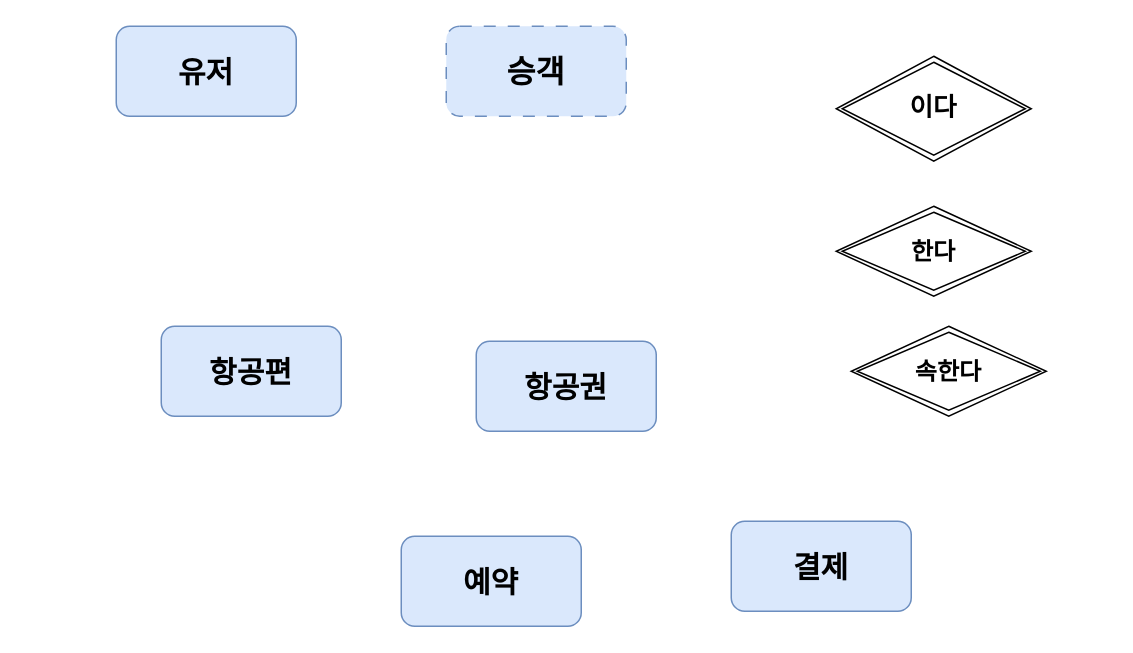
Above: page "Page-2" (2 of 4) of Untitled Diagram.drawio in VampireDeers/super-coding-javas (draw.io), before the change. Source tidied: cells renumbered, new cells numbered last; positions are measured from the earlier drawing's top-left corner, leaving out a move shared by most shapes. Both pictures are drawn from the tidied source at 150%, with x=0, y=0 at pixel (116, 26).
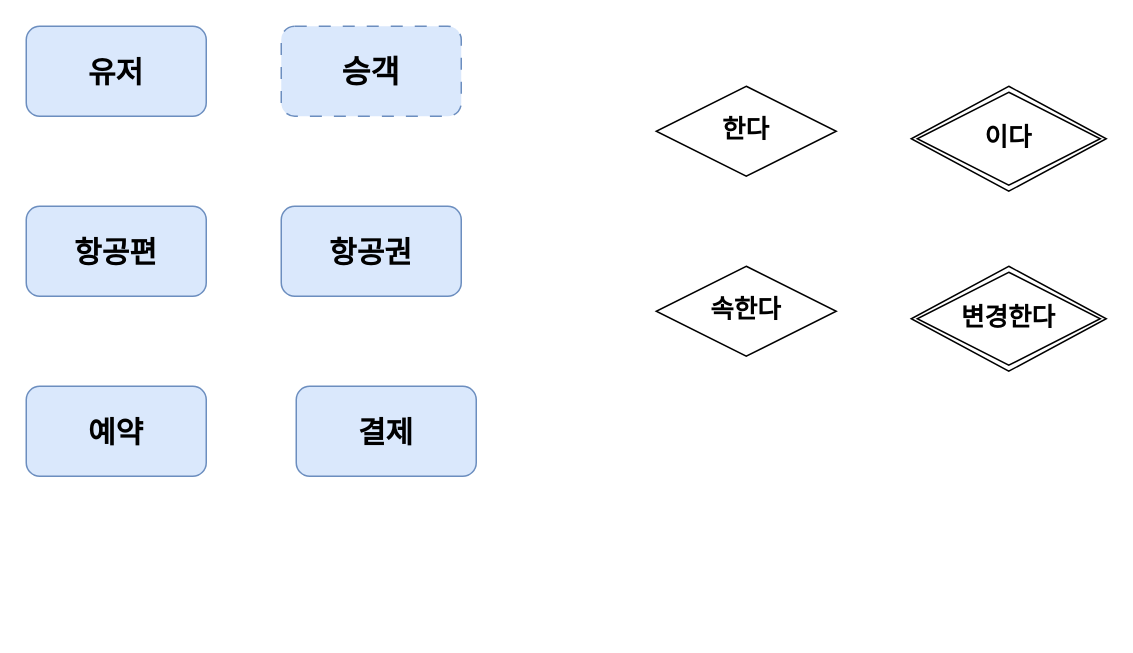
The same diagram, later.

The edit, as a diff of the source:
```diff
@@
 <mxGraphModel>
   <root>
     <mxCell id="0" />
     <mxCell id="1" parent="0" />
     <mxCell id="2" value="&lt;b&gt;&lt;font style=&quot;font-size: 20px;&quot;&gt;유저&lt;/font&gt;&lt;/b&gt;" style="rounded=1;whiteSpace=wrap;html=1;fillColor=#dae8fc;strokeColor=#6c8ebf;" parent="1" vertex="1">
-      <mxGeometry width="120" height="60" as="geometry" />
+      <mxGeometry x="-60" width="120" height="60" as="geometry" />
     </mxCell>
     <mxCell id="3" value="&lt;span style=&quot;font-size: 20px;&quot;&gt;&lt;b&gt;항공권&lt;/b&gt;&lt;/span&gt;" style="rounded=1;whiteSpace=wrap;html=1;fillColor=#dae8fc;strokeColor=#6c8ebf;" parent="1" vertex="1">
-      <mxGeometry x="240" y="210" width="120" height="60" as="geometry" />
+      <mxGeometry x="110" y="120" width="120" height="60" as="geometry" />
     </mxCell>
     <mxCell id="4" value="&lt;span style=&quot;font-size: 20px;&quot;&gt;&lt;b&gt;항공편&lt;/b&gt;&lt;/span&gt;" style="rounded=1;whiteSpace=wrap;html=1;fillColor=#dae8fc;strokeColor=#6c8ebf;" parent="1" vertex="1">
-      <mxGeometry x="30" y="200" width="120" height="60" as="geometry" />
+      <mxGeometry x="-60" y="120" width="120" height="60" as="geometry" />
     </mxCell>
     <mxCell id="5" value="&lt;span style=&quot;font-size: 20px;&quot;&gt;&lt;b&gt;예약&lt;/b&gt;&lt;/span&gt;" style="rounded=1;whiteSpace=wrap;html=1;fillColor=#dae8fc;strokeColor=#6c8ebf;" parent="1" vertex="1">
-      <mxGeometry x="190" y="340" width="120" height="60" as="geometry" />
+      <mxGeometry x="-60" y="240" width="120" height="60" as="geometry" />
     </mxCell>
     <mxCell id="6" value="&lt;span style=&quot;font-size: 20px;&quot;&gt;&lt;b&gt;결제&lt;/b&gt;&lt;/span&gt;" style="rounded=1;whiteSpace=wrap;html=1;fillColor=#dae8fc;strokeColor=#6c8ebf;" parent="1" vertex="1">
-      <mxGeometry x="410" y="330" width="120" height="60" as="geometry" />
+      <mxGeometry x="120" y="240" width="120" height="60" as="geometry" />
     </mxCell>
-    <mxCell id="7" value="&lt;span style=&quot;font-size: 16px;&quot;&gt;&lt;b&gt;한다&lt;/b&gt;&lt;/span&gt;" style="shape=rhombus;double=1;perimeter=rhombusPerimeter;whiteSpace=wrap;html=1;align=center;" parent="1" vertex="1">
-      <mxGeometry x="480" y="120" width="130" height="60" as="geometry" />
-    </mxCell>
     <mxCell id="8" value="&lt;b&gt;&lt;font style=&quot;font-size: 21px;&quot;&gt;승객&lt;/font&gt;&lt;/b&gt;" style="rounded=1;whiteSpace=wrap;html=1;fillColor=#dae8fc;strokeColor=#6c8ebf;dashed=1;dashPattern=8 8;" parent="1" vertex="1">
-      <mxGeometry x="220" width="120" height="60" as="geometry" />
+      <mxGeometry x="110" width="120" height="60" as="geometry" />
     </mxCell>
     <mxCell id="9" value="&lt;b&gt;&lt;font style=&quot;font-size: 17px;&quot;&gt;이다&lt;/font&gt;&lt;/b&gt;" style="shape=rhombus;double=1;perimeter=rhombusPerimeter;whiteSpace=wrap;html=1;align=center;" parent="1" vertex="1">
-      <mxGeometry x="480" y="20" width="130" height="70" as="geometry" />
+      <mxGeometry x="530" y="40" width="130" height="70" as="geometry" />
     </mxCell>
+    <mxCell id="7" value="&lt;b&gt;&lt;font style=&quot;font-size: 17px;&quot;&gt;한다&lt;/font&gt;&lt;/b&gt;" style="shape=rhombus;perimeter=rhombusPerimeter;whiteSpace=wrap;html=1;align=center;" parent="1" vertex="1">
+      <mxGeometry x="360" y="40" width="120" height="60" as="geometry" />
+    </mxCell>
-    <mxCell id="10" value="&lt;span style=&quot;font-size: 16px;&quot;&gt;&lt;b&gt;속한다&lt;/b&gt;&lt;/span&gt;" style="shape=rhombus;double=1;perimeter=rhombusPerimeter;whiteSpace=wrap;html=1;align=center;" parent="1" vertex="1">
-      <mxGeometry x="490" y="200" width="130" height="60" as="geometry" />
+    <mxCell id="10" value="&lt;b&gt;&lt;font style=&quot;font-size: 17px;&quot;&gt;속한다&lt;/font&gt;&lt;/b&gt;" style="shape=rhombus;perimeter=rhombusPerimeter;whiteSpace=wrap;html=1;align=center;" parent="1" vertex="1">
+      <mxGeometry x="360" y="160" width="120" height="60" as="geometry" />
     </mxCell>
+    <mxCell id="11" value="&lt;span style=&quot;font-size: 17px;&quot;&gt;&lt;b&gt;변경한다&lt;/b&gt;&lt;/span&gt;" style="shape=rhombus;double=1;perimeter=rhombusPerimeter;whiteSpace=wrap;html=1;align=center;" parent="1" vertex="1">
+      <mxGeometry x="530" y="160" width="130" height="70" as="geometry" />
+    </mxCell>
   </root>
 </mxGraphModel>
```
